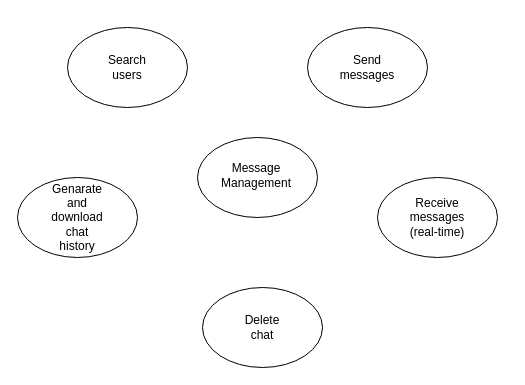
RandikaVS/Cake-Lounge-Chat keeps this draw.io diagram as Chat Overview.drawio. Above is the earlier version. Source tidied: cells renumbered, new cells numbered last; positions are measured from the earlier drawing's top-left corner, leaving out a move shared by most shapes. Both pictures are drawn from the tidied source at 100%, with x=0, y=0 at pixel (17, 27).
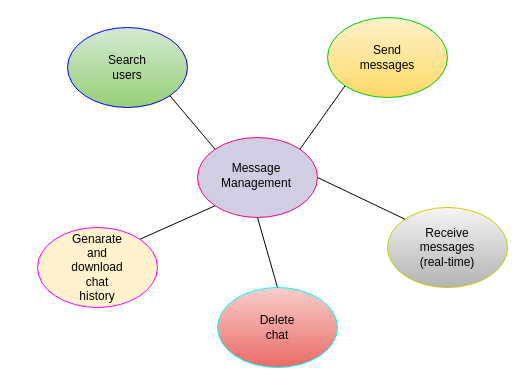
After the change.

Unchanged cells that the change refers to:
```xml
<mxCell id="4" style="group;" parent="1" vertex="1">
  <mxGeometry x="50" width="120" height="80" as="geometry" />
</mxCell>
<mxCell id="8" style="group;" parent="7" vertex="1">
  <mxGeometry width="120" height="80" as="geometry" />
</mxCell>
<mxCell id="12" style="group;" parent="11" vertex="1">
  <mxGeometry width="120" height="80" as="geometry" />
</mxCell>
<mxCell id="16" style="group;" parent="15" vertex="1">
  <mxGeometry width="120" height="80" as="geometry" />
</mxCell>
<mxCell id="20" style="group;" parent="19" vertex="1">
  <mxGeometry width="120" height="80" as="geometry" />
</mxCell>
```

The edit, as a diff of the source:
```diff
@@
-    <mxCell id="2" style="ellipse;whiteSpace=wrap;html=1;" parent="1" vertex="1">
+    <mxCell id="2" style="ellipse;whiteSpace=wrap;html=1;fillColor=#d0cee2;strokeColor=#FF0080;" parent="1" vertex="1">
       <mxGeometry x="180" y="110" width="120" height="80" as="geometry" />
     </mxCell>
@@
-    <mxCell id="5" style="ellipse;whiteSpace=wrap;html=1;" parent="4" vertex="1">
+    <mxCell id="5" style="ellipse;whiteSpace=wrap;html=1;fillColor=#d5e8d4;strokeColor=#0000FF;gradientColor=#97d077;" parent="4" vertex="1">
       <mxGeometry width="120" height="80" as="geometry" />
     </mxCell>
@@
     <mxCell id="7" style="group;" parent="1" vertex="1">
-      <mxGeometry x="290" width="120" height="80" as="geometry" />
+      <mxGeometry x="310" y="-10" width="120" height="80" as="geometry" />
     </mxCell>
@@
-    <mxCell id="9" style="ellipse;whiteSpace=wrap;html=1;" parent="8" vertex="1">
+    <mxCell id="9" style="ellipse;whiteSpace=wrap;html=1;fillColor=#fff2cc;gradientColor=#ffd966;strokeColor=#00CC00;" parent="8" vertex="1">
       <mxGeometry width="120" height="80" as="geometry" />
     </mxCell>
@@
     <mxCell id="11" style="group;" parent="1" vertex="1">
-      <mxGeometry x="360" y="150" width="120" height="80" as="geometry" />
+      <mxGeometry x="370" y="180" width="120" height="80" as="geometry" />
     </mxCell>
@@
-    <mxCell id="13" style="ellipse;whiteSpace=wrap;html=1;" parent="12" vertex="1">
+    <mxCell id="13" style="ellipse;whiteSpace=wrap;html=1;fillColor=#f5f5f5;gradientColor=#b3b3b3;strokeColor=#CCCC00;" parent="12" vertex="1">
       <mxGeometry width="120" height="80" as="geometry" />
     </mxCell>
@@
     <mxCell id="15" style="group;" parent="1" vertex="1">
-      <mxGeometry x="185" y="260" width="120" height="80" as="geometry" />
+      <mxGeometry x="200" y="260" width="120" height="80" as="geometry" />
     </mxCell>
@@
-    <mxCell id="17" style="ellipse;whiteSpace=wrap;html=1;" parent="16" vertex="1">
+    <mxCell id="17" style="ellipse;whiteSpace=wrap;html=1;fillColor=#f8cecc;gradientColor=#ea6b66;strokeColor=#00FFFF;" parent="16" vertex="1">
       <mxGeometry width="120" height="80" as="geometry" />
     </mxCell>
@@
-    <mxCell id="19" style="group;" parent="1" vertex="1">
-      <mxGeometry y="150" width="120" height="80" as="geometry" />
+    <mxCell id="19" style="group;fillColor=none;" parent="1" vertex="1">
+      <mxGeometry x="20" y="200" width="120" height="80" as="geometry" />
     </mxCell>
@@
-    <mxCell id="21" style="ellipse;whiteSpace=wrap;html=1;" parent="20" vertex="1">
+    <mxCell id="21" style="ellipse;whiteSpace=wrap;html=1;fillColor=#fff2cc;strokeColor=#FF00FF;" parent="20" vertex="1">
       <mxGeometry width="120" height="80" as="geometry" />
     </mxCell>
@@
+    <mxCell id="23" style="endArrow=none;html=1;rounded=0;exitX=1;exitY=0;exitDx=0;exitDy=0;entryX=0;entryY=1;entryDx=0;entryDy=0;" parent="1" edge="1" source="21" target="2">
+      <mxGeometry relative="1" as="geometry" />
+    </mxCell>
+    <mxCell id="24" style="endArrow=none;html=1;rounded=0;entryX=0;entryY=0;entryDx=0;entryDy=0;exitX=1;exitY=1;exitDx=0;exitDy=0;" parent="1" edge="1" source="5" target="2">
+      <mxGeometry relative="1" as="geometry" />
+    </mxCell>
+    <mxCell id="25" style="endArrow=none;html=1;rounded=0;entryX=1;entryY=0;entryDx=0;entryDy=0;exitX=0;exitY=1;exitDx=0;exitDy=0;" parent="1" edge="1" source="9" target="2">
+      <mxGeometry relative="1" as="geometry" />
+    </mxCell>
+    <mxCell id="26" style="endArrow=none;html=1;rounded=0;exitX=0.5;exitY=0;exitDx=0;exitDy=0;entryX=0.5;entryY=1;entryDx=0;entryDy=0;" parent="1" edge="1" source="17" target="2">
+      <mxGeometry relative="1" as="geometry" />
+    </mxCell>
+    <mxCell id="27" style="endArrow=none;html=1;rounded=0;exitX=0;exitY=0;exitDx=0;exitDy=0;entryX=1;entryY=0.5;entryDx=0;entryDy=0;" parent="1" edge="1" source="13" target="2">
+      <mxGeometry relative="1" as="geometry" />
+    </mxCell>
```
